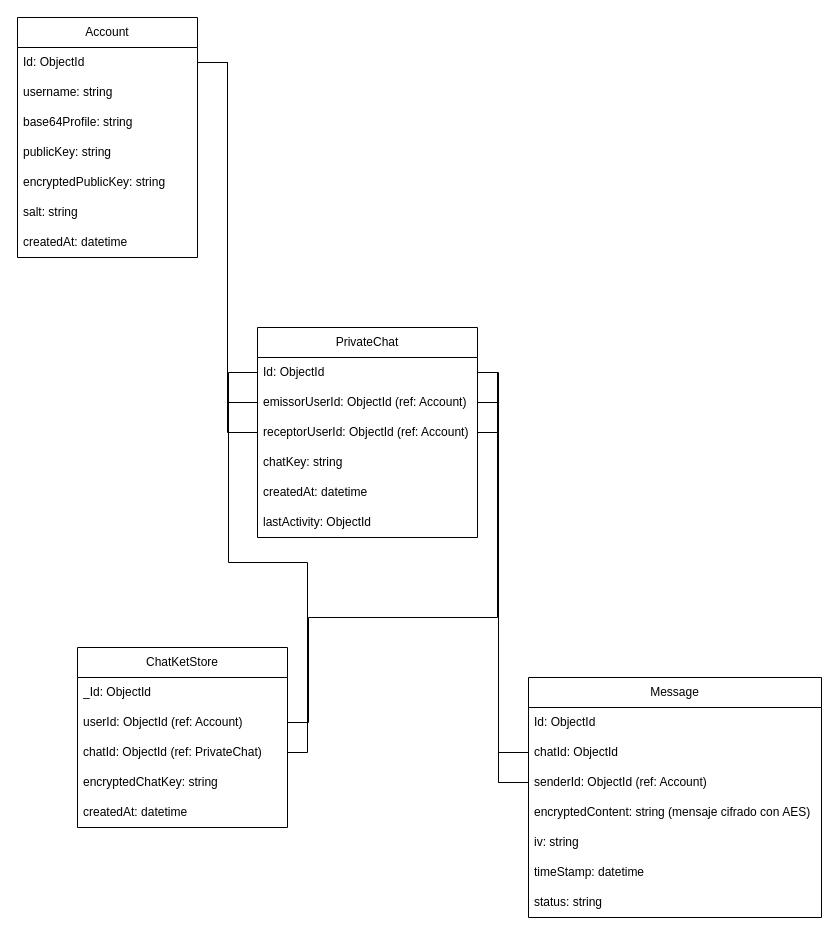
Before: Database model.drawio in JorgeMartinezSanchez/Progra_II_2-2025, a draw.io diagram. Source tidied: cells renumbered, new cells numbered last; positions are measured from the earlier drawing's top-left corner, leaving out a move shared by most shapes. Both pictures are drawn from the tidied source at 100%, with x=0, y=0 at pixel (17, 17).
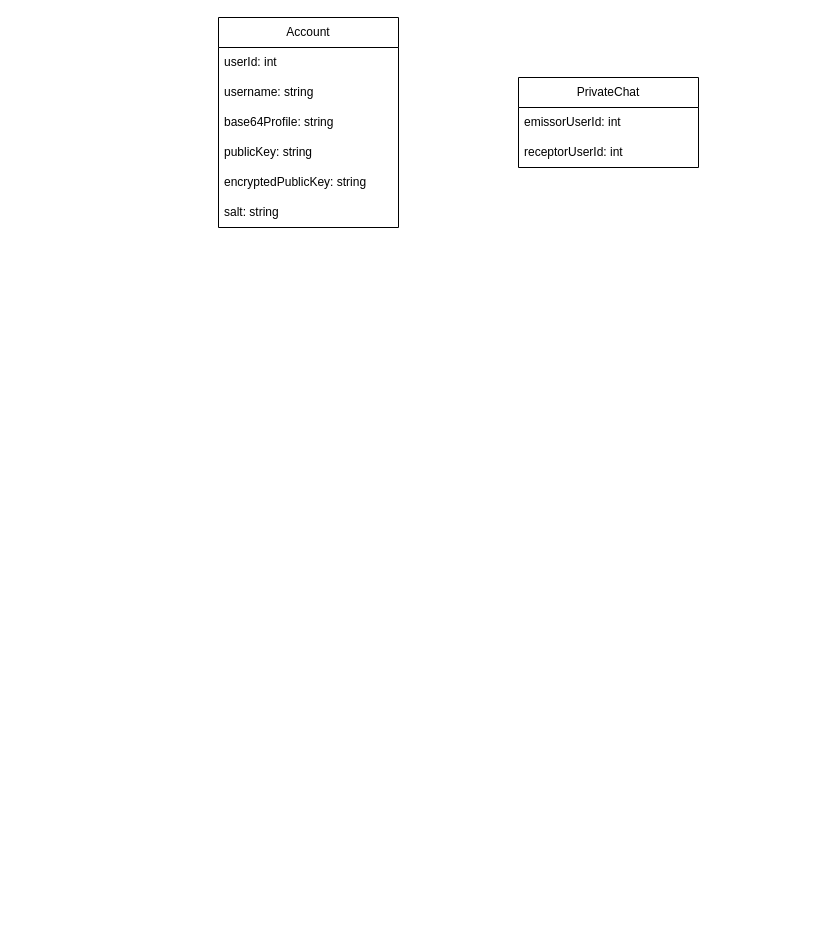
After the change.

What changed in the source:
```diff
@@
     <mxCell id="2" value="Account" style="swimlane;fontStyle=0;horizontal=1;startSize=30;whiteSpace=wrap;html=1;" parent="1" vertex="1">
-      <mxGeometry width="180" height="240" as="geometry" />
+      <mxGeometry x="201" width="180" height="210" as="geometry" />
     </mxCell>
-    <mxCell id="3" value="Id: ObjectId" style="text;strokeColor=none;fillColor=none;align=left;verticalAlign=middle;spacingLeft=4;spacingRight=4;overflow=hidden;points=[[0,0.5],[1,0.5]];portConstraint=eastwest;whiteSpace=wrap;html=1;" parent="2" vertex="1">
+    <mxCell id="3" value="userId: int" style="text;strokeColor=none;fillColor=none;align=left;verticalAlign=middle;spacingLeft=4;spacingRight=4;overflow=hidden;points=[[0,0.5],[1,0.5]];portConstraint=eastwest;whiteSpace=wrap;html=1;" parent="2" vertex="1">
       <mxGeometry y="30" width="180" height="30" as="geometry" />
     </mxCell>
@@
-    <mxCell id="9" value="createdAt: datetime" style="text;strokeColor=none;fillColor=none;align=left;verticalAlign=middle;spacingLeft=4;spacingRight=4;overflow=hidden;whiteSpace=wrap;html=1;" parent="2" vertex="1">
-      <mxGeometry y="210" width="180" height="30" as="geometry" />
-    </mxCell>
     <mxCell id="10" value="PrivateChat" style="swimlane;fontStyle=0;horizontal=1;startSize=30;whiteSpace=wrap;html=1;" parent="1" vertex="1">
-      <mxGeometry x="240" y="310" width="220" height="210" as="geometry" />
+      <mxGeometry x="501" y="60" width="180" height="90" as="geometry" />
     </mxCell>
-    <mxCell id="11" value="Id: ObjectId" style="text;strokeColor=none;fillColor=none;align=left;verticalAlign=middle;spacingLeft=4;spacingRight=4;overflow=hidden;points=[[0,0.5],[1,0.5]];portConstraint=eastwest;whiteSpace=wrap;html=1;" parent="10" vertex="1">
-      <mxGeometry y="30" width="220" height="30" as="geometry" />
-    </mxCell>
-    <mxCell id="12" value="emissorUserId: ObjectId (ref: Account)" style="text;strokeColor=none;fillColor=none;align=left;verticalAlign=middle;spacingLeft=4;spacingRight=4;overflow=hidden;points=[[0,0.5],[1,0.5]];portConstraint=eastwest;whiteSpace=wrap;html=1;" parent="10" vertex="1">
-      <mxGeometry y="60" width="220" height="30" as="geometry" />
+    <mxCell id="12" value="emissorUserId: int" style="text;strokeColor=none;fillColor=none;align=left;verticalAlign=middle;spacingLeft=4;spacingRight=4;overflow=hidden;points=[[0,0.5],[1,0.5]];portConstraint=eastwest;whiteSpace=wrap;html=1;" parent="10" vertex="1">
+      <mxGeometry y="30" width="180" height="30" as="geometry" />
     </mxCell>
-    <mxCell id="13" value="receptorUserId: ObjectId (ref: Account)" style="text;strokeColor=none;fillColor=none;align=left;verticalAlign=middle;spacingLeft=4;spacingRight=4;overflow=hidden;points=[[0,0.5],[1,0.5]];portConstraint=eastwest;whiteSpace=wrap;html=1;" parent="10" vertex="1">
-      <mxGeometry y="90" width="220" height="30" as="geometry" />
+    <mxCell id="13" value="receptorUserId: int" style="text;strokeColor=none;fillColor=none;align=left;verticalAlign=middle;spacingLeft=4;spacingRight=4;overflow=hidden;points=[[0,0.5],[1,0.5]];portConstraint=eastwest;whiteSpace=wrap;html=1;" parent="10" vertex="1">
+      <mxGeometry y="60" width="180" height="30" as="geometry" />
     </mxCell>
-    <mxCell id="14" value="chatKey: string" style="text;strokeColor=none;fillColor=none;align=left;verticalAlign=middle;spacingLeft=4;spacingRight=4;overflow=hidden;whiteSpace=wrap;html=1;" parent="10" vertex="1">
-      <mxGeometry y="120" width="220" height="30" as="geometry" />
-    </mxCell>
-    <mxCell id="15" value="createdAt: datetime" style="text;strokeColor=none;fillColor=none;align=left;verticalAlign=middle;spacingLeft=4;spacingRight=4;overflow=hidden;whiteSpace=wrap;html=1;" parent="10" vertex="1">
-      <mxGeometry y="150" width="220" height="30" as="geometry" />
-    </mxCell>
-    <mxCell id="16" value="lastActivity: ObjectId" style="text;strokeColor=none;fillColor=none;align=left;verticalAlign=middle;spacingLeft=4;spacingRight=4;overflow=hidden;whiteSpace=wrap;html=1;" parent="10" vertex="1">
-      <mxGeometry y="180" width="220" height="30" as="geometry" />
-    </mxCell>
-    <mxCell id="17" value="Message" style="swimlane;fontStyle=0;horizontal=1;startSize=30;whiteSpace=wrap;html=1;" parent="1" vertex="1">
-      <mxGeometry x="511" y="660" width="293" height="240" as="geometry" />
-    </mxCell>
-    <mxCell id="18" value="Id: ObjectId" style="text;strokeColor=none;fillColor=none;align=left;verticalAlign=middle;spacingLeft=4;spacingRight=4;overflow=hidden;whiteSpace=wrap;html=1;" parent="17" vertex="1">
-      <mxGeometry y="30" width="293" height="30" as="geometry" />
-    </mxCell>
-    <mxCell id="19" value="chatId: ObjectId" style="text;strokeColor=none;fillColor=none;align=left;verticalAlign=middle;spacingLeft=4;spacingRight=4;overflow=hidden;points=[[0,0.5],[1,0.5]];portConstraint=eastwest;whiteSpace=wrap;html=1;" parent="17" vertex="1">
-      <mxGeometry y="60" width="293" height="30" as="geometry" />
-    </mxCell>
-    <mxCell id="20" value="senderId: ObjectId (ref: Account)" style="text;strokeColor=none;fillColor=none;align=left;verticalAlign=middle;spacingLeft=4;spacingRight=4;overflow=hidden;points=[[0,0.5],[1,0.5]];portConstraint=eastwest;whiteSpace=wrap;html=1;" parent="17" vertex="1">
-      <mxGeometry y="90" width="293" height="30" as="geometry" />
-    </mxCell>
-    <mxCell id="21" value="encryptedContent: string (mensaje cifrado con AES)" style="text;strokeColor=none;fillColor=none;align=left;verticalAlign=middle;spacingLeft=4;spacingRight=4;overflow=hidden;whiteSpace=wrap;html=1;" parent="17" vertex="1">
-      <mxGeometry y="120" width="293" height="30" as="geometry" />
-    </mxCell>
-    <mxCell id="22" value="iv: string" style="text;strokeColor=none;fillColor=none;align=left;verticalAlign=middle;spacingLeft=4;spacingRight=4;overflow=hidden;whiteSpace=wrap;html=1;" parent="17" vertex="1">
-      <mxGeometry y="150" width="293" height="30" as="geometry" />
-    </mxCell>
-    <mxCell id="23" value="timeStamp: datetime" style="text;strokeColor=none;fillColor=none;align=left;verticalAlign=middle;spacingLeft=4;spacingRight=4;overflow=hidden;whiteSpace=wrap;html=1;" parent="17" vertex="1">
-      <mxGeometry y="180" width="293" height="30" as="geometry" />
-    </mxCell>
-    <mxCell id="24" value="status: string" style="text;strokeColor=none;fillColor=none;align=left;verticalAlign=middle;spacingLeft=4;spacingRight=4;overflow=hidden;whiteSpace=wrap;html=1;" parent="17" vertex="1">
-      <mxGeometry y="210" width="293" height="30" as="geometry" />
-    </mxCell>
-    <mxCell id="25" style="edgeStyle=orthogonalEdgeStyle;rounded=0;jettySize=auto;html=1;endArrow=none;endFill=0;" parent="1" edge="1" source="3" target="12">
-      <mxGeometry relative="1" as="geometry" />
-    </mxCell>
-    <mxCell id="26" style="edgeStyle=orthogonalEdgeStyle;rounded=0;jettySize=auto;html=1;entryX=0;entryY=0.5;entryDx=0;entryDy=0;endArrow=none;endFill=0;" parent="1" edge="1" source="3" target="13">
-      <mxGeometry relative="1" as="geometry" />
-    </mxCell>
-    <mxCell id="27" value="ChatKetStore" style="swimlane;fontStyle=0;horizontal=1;startSize=30;whiteSpace=wrap;html=1;" parent="1" vertex="1">
-      <mxGeometry x="60" y="630" width="210" height="180" as="geometry" />
-    </mxCell>
-    <mxCell id="28" value="_Id: ObjectId" style="text;strokeColor=none;fillColor=none;align=left;verticalAlign=middle;spacingLeft=4;spacingRight=4;overflow=hidden;whiteSpace=wrap;html=1;" parent="27" vertex="1">
-      <mxGeometry y="30" width="210" height="30" as="geometry" />
-    </mxCell>
-    <mxCell id="29" value="userId: ObjectId (ref: Account)" style="text;strokeColor=none;fillColor=none;align=left;verticalAlign=middle;spacingLeft=4;spacingRight=4;overflow=hidden;points=[[0,0.5],[1,0.5]];portConstraint=eastwest;whiteSpace=wrap;html=1;" parent="27" vertex="1">
-      <mxGeometry y="60" width="210" height="30" as="geometry" />
-    </mxCell>
-    <mxCell id="30" value="chatId: ObjectId (ref: PrivateChat)" style="text;strokeColor=none;fillColor=none;align=left;verticalAlign=middle;spacingLeft=4;spacingRight=4;overflow=hidden;points=[[0,0.5],[1,0.5]];portConstraint=eastwest;whiteSpace=wrap;html=1;" parent="27" vertex="1">
-      <mxGeometry y="90" width="210" height="30" as="geometry" />
-    </mxCell>
-    <mxCell id="31" value="encryptedChatKey: string" style="text;strokeColor=none;fillColor=none;align=left;verticalAlign=middle;spacingLeft=4;spacingRight=4;overflow=hidden;whiteSpace=wrap;html=1;" parent="27" vertex="1">
-      <mxGeometry y="120" width="210" height="30" as="geometry" />
-    </mxCell>
-    <mxCell id="32" value="createdAt: datetime" style="text;strokeColor=none;fillColor=none;align=left;verticalAlign=middle;spacingLeft=4;spacingRight=4;overflow=hidden;whiteSpace=wrap;html=1;" parent="27" vertex="1">
-      <mxGeometry y="150" width="210" height="30" as="geometry" />
-    </mxCell>
-    <mxCell id="33" style="edgeStyle=orthogonalEdgeStyle;rounded=0;jettySize=auto;html=1;endArrow=none;endFill=0;" parent="1" edge="1" source="29" target="11">
-      <mxGeometry relative="1" as="geometry">
-        <Array as="points">
-          <mxPoint x="291" y="705" />
-          <mxPoint x="291" y="600" />
-          <mxPoint x="480" y="600" />
-          <mxPoint x="480" y="355" />
-        </Array>
-      </mxGeometry>
-    </mxCell>
-    <mxCell id="34" style="edgeStyle=orthogonalEdgeStyle;rounded=0;jettySize=auto;html=1;endArrow=none;endFill=0;" parent="1" edge="1" source="13" target="20">
-      <mxGeometry relative="1" as="geometry">
-        <Array as="points">
-          <mxPoint x="481" y="415" />
-          <mxPoint x="481" y="765" />
-        </Array>
-      </mxGeometry>
-    </mxCell>
-    <mxCell id="35" style="edgeStyle=orthogonalEdgeStyle;rounded=0;jettySize=auto;html=1;endArrow=none;endFill=0;" parent="1" edge="1" source="12" target="20">
-      <mxGeometry relative="1" as="geometry">
-        <Array as="points">
-          <mxPoint x="481" y="385" />
-          <mxPoint x="481" y="765" />
-        </Array>
-      </mxGeometry>
-    </mxCell>
-    <mxCell id="36" style="edgeStyle=orthogonalEdgeStyle;rounded=0;jettySize=auto;html=1;endArrow=none;endFill=0;" parent="1" edge="1" source="11" target="19">
-      <mxGeometry relative="1" as="geometry">
-        <Array as="points">
-          <mxPoint x="481" y="355" />
-          <mxPoint x="481" y="735" />
-        </Array>
-      </mxGeometry>
-    </mxCell>
-    <mxCell id="37" style="edgeStyle=orthogonalEdgeStyle;rounded=0;jettySize=auto;html=1;endArrow=none;endFill=0;" parent="1" edge="1" source="11" target="30">
-      <mxGeometry relative="1" as="geometry">
-        <Array as="points">
-          <mxPoint x="211" y="355" />
-          <mxPoint x="211" y="545" />
-          <mxPoint x="290" y="545" />
-          <mxPoint x="290" y="735" />
-        </Array>
-      </mxGeometry>
-    </mxCell>
```
